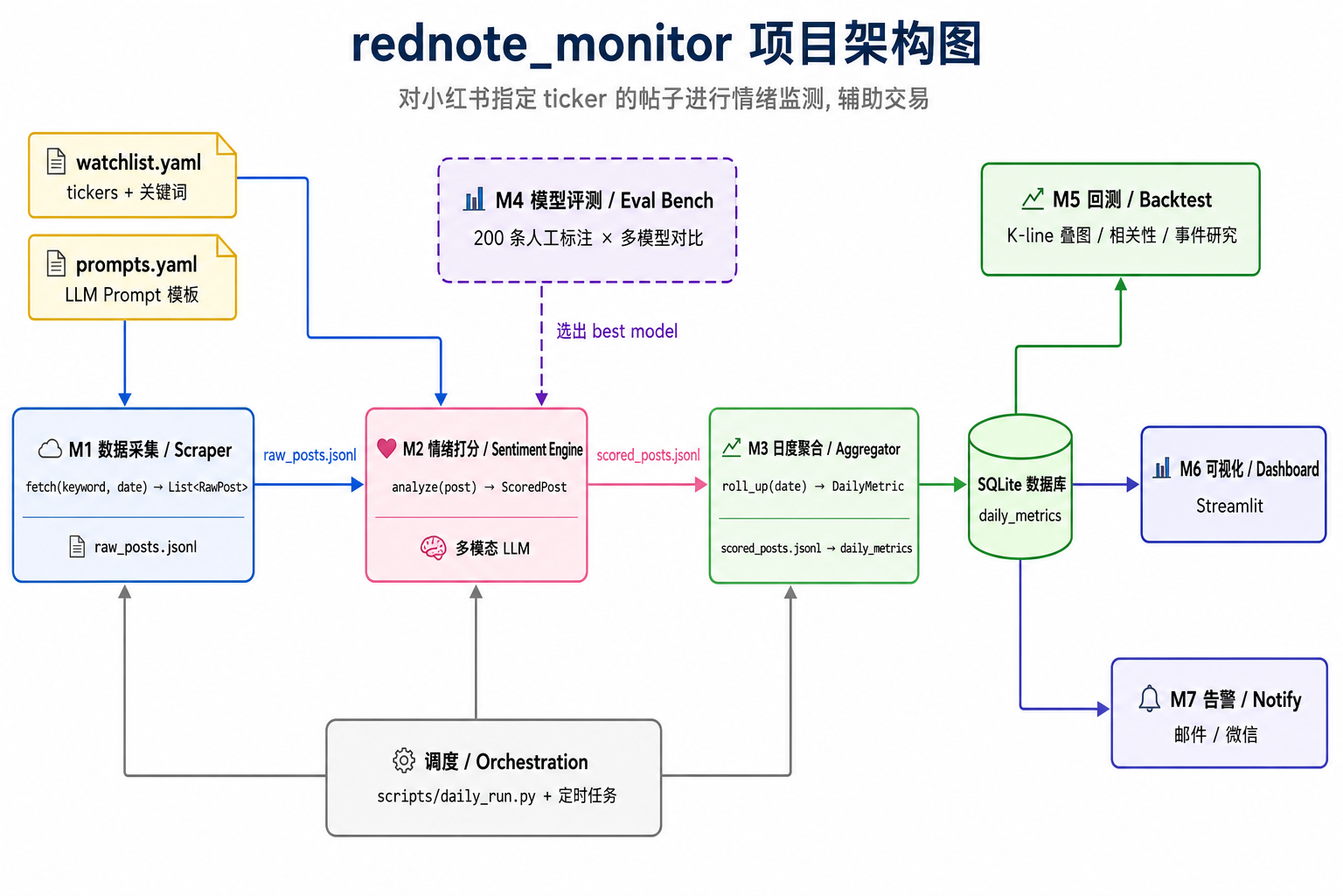
This is docs/architecture/diagram.png from lelelelelelelelelelelelele/rednote_monitor, a Mermaid export, as it was before one commit. Its source is kept beside it as docs/architecture/diagram.mmd. Source of this version:
```mermaid
flowchart TB
    WL["watchlist.yaml<br/>tickers + 关键词"]:::config
    PR["prompts.yaml<br/>LLM prompt 模板"]:::config

    M1["<b>M1 Scraper</b><br/>fetch(keyword, date)<br/>→ List&lt;RawPost&gt;<br/>raw_posts.jsonl"]:::scraper
    M2["<b>M2 Sentiment Engine</b><br/>analyze(post)<br/>→ ScoredPost<br/>多模态 LLM"]:::ai
    M3["<b>M3 Aggregator</b><br/>roll_up(date)<br/>→ DailyMetric<br/>scored_posts.jsonl → daily_metrics"]:::data
    DB[("SQLite<br/>daily_metrics")]:::data

    M4["<b>M4 Eval Bench</b><br/>200 条人工标注<br/>× 多模型对比"]:::ai

    M5["<b>M5 Backtest</b><br/>K-line 叠图<br/>相关性 / 事件研究"]:::data
    M6["<b>M6 Dashboard</b><br/>Streamlit"]:::front
    M7["<b>M7 Notify</b><br/>邮件 / 微信"]:::front

    OR["scripts/daily_run.py<br/>+ 定时任务"]:::orch

    WL --> M1
    PR --> M2
    M1 -- raw_posts.jsonl --> M2
    M2 -- scored_posts.jsonl --> M3
    M3 --> DB
    M4 -. 选出 best model .-> M2
    DB --> M5
    DB --> M6
    DB --> M7
    OR --> M1
    OR --> M2
    OR --> M3

    classDef config fill:#fef3c7,stroke:#f59e0b,color:#000
    classDef scraper fill:#dbeafe,stroke:#3b82f6,color:#000
    classDef ai fill:#fce7f3,stroke:#ec4899,color:#000
    classDef data fill:#d1fae5,stroke:#10b981,color:#000
    classDef front fill:#e0e7ff,stroke:#6366f1,color:#000
    classDef orch fill:#f3f4f6,stroke:#6b7280,color:#000
```
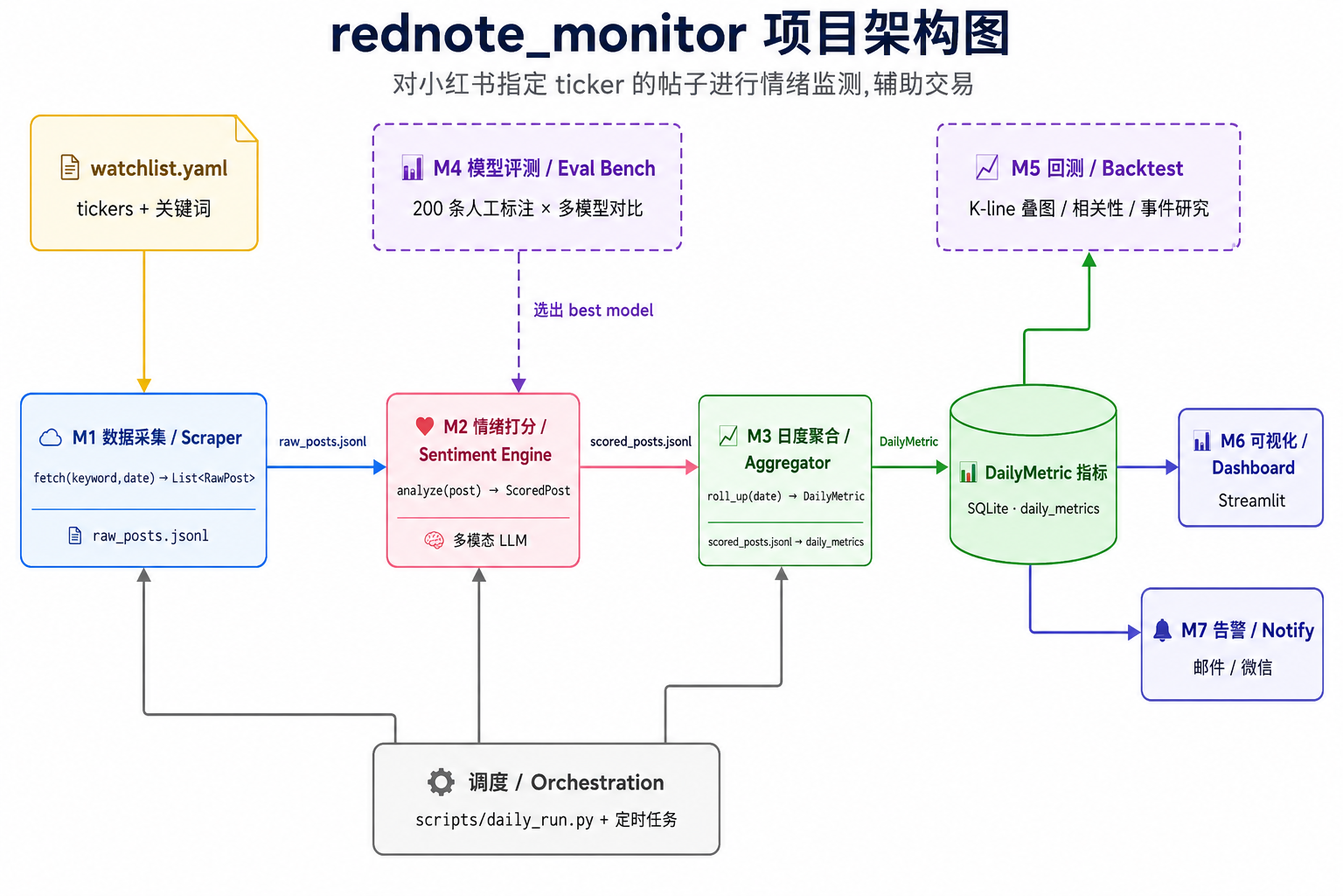
Later version of the same file.

Commit message:
arch: v0.2 — 输出明确化 + 拆 research 旁路 + 删 prompts 节点

按用户回看 v0.1 的三个观感问题改:

1. 输出不明:DB 框 label 改"DailyMetric 指标",note 降为"SQLite·daily_metrics";
   M3→DB 边加 label "DailyMetric"。系统输入(watchlist)和输出(DailyMetric)
   现在视觉上对称。

2. M5 不该和 M6/M7 平级:M4(上线前评测)+ M5(上线后回测)都是研究/
   验证旁路,新增 research category(紫虚框),两个一起挪过去。M6/M7
   留在 front,主流水线右下角。

3. prompts.yaml 喧宾夺主:删掉,系统级图只留 watchlist 作为概念输入。
   prompts 是 M2 实现细节,该在 M2 / M4 的下钻子图里出现(目前 BLUEPRINT
   § 二 M2 / M4 模块定义已覆盖)。

三个 view 全同步:schema.yaml(SoT)/ diagram.mmd(mermaid)/ diagram.png(图生图重渲)。

The edit, as a diff of the source:
```diff
@@ -1,25 +1,23 @@
 flowchart TB
     WL["watchlist.yaml<br/>tickers + 关键词"]:::config
-    PR["prompts.yaml<br/>LLM prompt 模板"]:::config
 
     M1["<b>M1 Scraper</b><br/>fetch(keyword, date)<br/>→ List&lt;RawPost&gt;<br/>raw_posts.jsonl"]:::scraper
     M2["<b>M2 Sentiment Engine</b><br/>analyze(post)<br/>→ ScoredPost<br/>多模态 LLM"]:::ai
     M3["<b>M3 Aggregator</b><br/>roll_up(date)<br/>→ DailyMetric<br/>scored_posts.jsonl → daily_metrics"]:::data
-    DB[("SQLite<br/>daily_metrics")]:::data
+    DB[("DailyMetric 指标<br/>SQLite · daily_metrics")]:::data
 
-    M4["<b>M4 Eval Bench</b><br/>200 条人工标注<br/>× 多模型对比"]:::ai
+    M4["<b>M4 Eval Bench</b><br/>200 条人工标注<br/>× 多模型对比"]:::research
+    M5["<b>M5 Backtest</b><br/>K-line 叠图<br/>相关性 / 事件研究"]:::research
 
-    M5["<b>M5 Backtest</b><br/>K-line 叠图<br/>相关性 / 事件研究"]:::data
     M6["<b>M6 Dashboard</b><br/>Streamlit"]:::front
     M7["<b>M7 Notify</b><br/>邮件 / 微信"]:::front
 
     OR["scripts/daily_run.py<br/>+ 定时任务"]:::orch
 
     WL --> M1
-    PR --> M2
     M1 -- raw_posts.jsonl --> M2
     M2 -- scored_posts.jsonl --> M3
-    M3 --> DB
+    M3 -- DailyMetric --> DB
     M4 -. 选出 best model .-> M2
     DB --> M5
     DB --> M6
@@ -28,9 +26,10 @@
     OR --> M2
     OR --> M3
 
-    classDef config fill:#fef3c7,stroke:#f59e0b,color:#000
-    classDef scraper fill:#dbeafe,stroke:#3b82f6,color:#000
-    classDef ai fill:#fce7f3,stroke:#ec4899,color:#000
-    classDef data fill:#d1fae5,stroke:#10b981,color:#000
-    classDef front fill:#e0e7ff,stroke:#6366f1,color:#000
-    classDef orch fill:#f3f4f6,stroke:#6b7280,color:#000
+    classDef config   fill:#fef3c7,stroke:#f59e0b,color:#000
+    classDef scraper  fill:#dbeafe,stroke:#3b82f6,color:#000
+    classDef ai       fill:#fce7f3,stroke:#ec4899,color:#000
+    classDef data     fill:#d1fae5,stroke:#10b981,color:#000
+    classDef research fill:#f5f3ff,stroke:#7c3aed,color:#000,stroke-dasharray:5 5
+    classDef front    fill:#e0e7ff,stroke:#6366f1,color:#000
+    classDef orch     fill:#f3f4f6,stroke:#6b7280,color:#000
```
